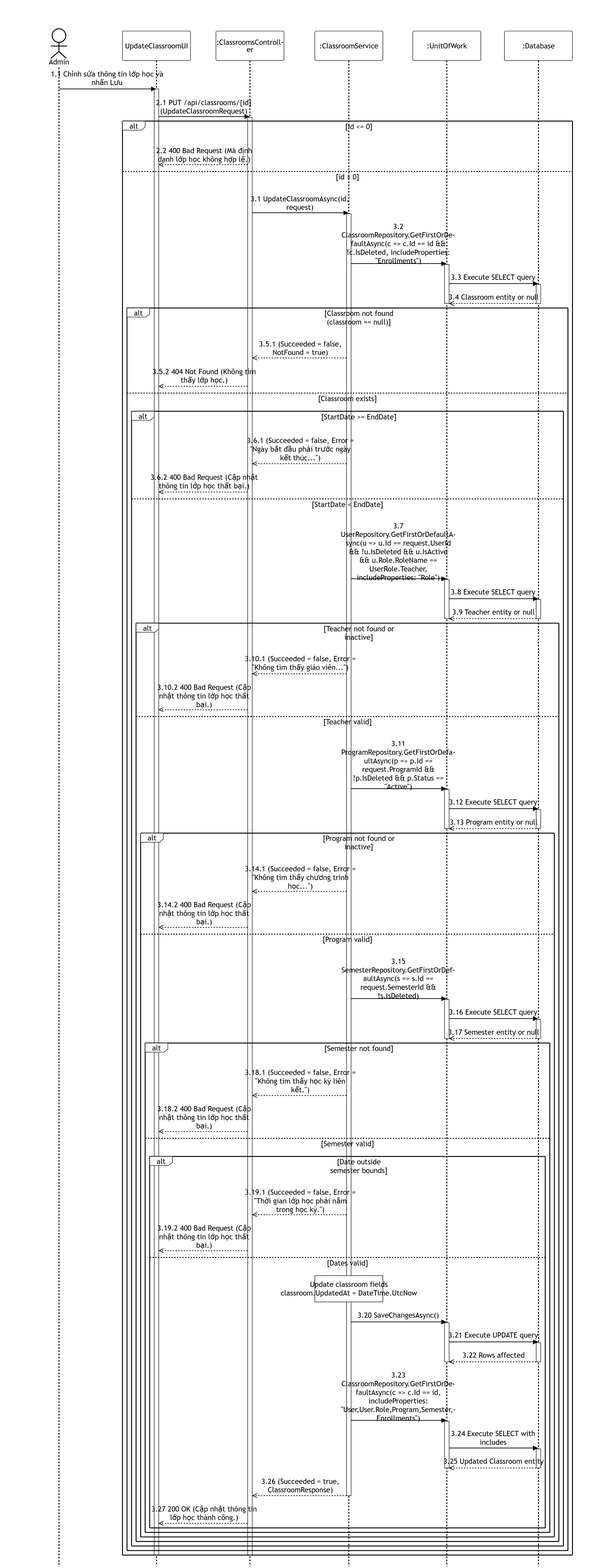
PhucAnDev/docx-diagram keeps this Mermaid diagram as 03-classroom-management/images/apis/update-classroom.png. Above is the earlier version. Its source is kept beside it as 03-classroom-management/sequence-diagram/apis/update-classroom.mmd.
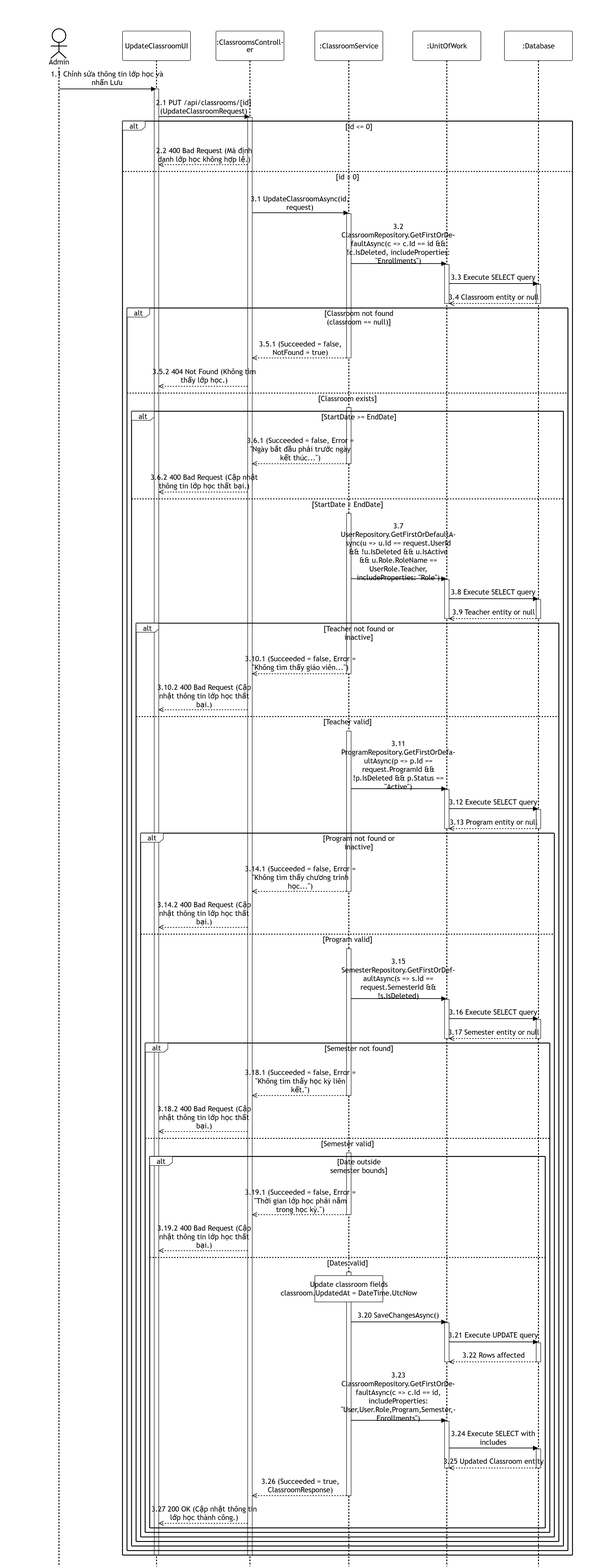
Above is the later version.

What changed in the source:
```diff
@@ -32,11 +32,13 @@
             deactivate Service
             Endpoint-->>UI: 3.5.2 404 Not Found (Không tìm thấy lớp học.)
         else Classroom exists
+            activate Service
             alt StartDate >= EndDate
                 Service-->>Endpoint: 3.6.1 (Succeeded = false, Error = "Ngày bắt đầu phải trước ngày kết thúc...")
                 deactivate Service
                 Endpoint-->>UI: 3.6.2 400 Bad Request (Cập nhật thông tin lớp học thất bại.)
             else StartDate < EndDate
+                activate Service
                 Service->>DB: 3.7 UserRepository.GetFirstOrDefaultAsync(u => u.Id == request.UserId && !u.IsDeleted && u.IsActive && u.Role.RoleName == UserRole.Teacher, includeProperties: "Role")
                 activate DB
                 DB->>Database: 3.8 Execute SELECT query
@@ -50,6 +52,7 @@
                     deactivate Service
                     Endpoint-->>UI: 3.10.2 400 Bad Request (Cập nhật thông tin lớp học thất bại.)
                 else Teacher valid
+                    activate Service
                     Service->>DB: 3.11 ProgramRepository.GetFirstOrDefaultAsync(p => p.Id == request.ProgramId && !p.IsDeleted && p.Status == "Active")
                     activate DB
                     DB->>Database: 3.12 Execute SELECT query
@@ -63,6 +66,7 @@
                         deactivate Service
                         Endpoint-->>UI: 3.14.2 400 Bad Request (Cập nhật thông tin lớp học thất bại.)
                     else Program valid
+                        activate Service
                         Service->>DB: 3.15 SemesterRepository.GetFirstOrDefaultAsync(s => s.Id == request.SemesterId && !s.IsDeleted)
                         activate DB
                         DB->>Database: 3.16 Execute SELECT query
@@ -76,11 +80,13 @@
                             deactivate Service
                             Endpoint-->>UI: 3.18.2 400 Bad Request (Cập nhật thông tin lớp học thất bại.)
                         else Semester valid
+                            activate Service
                             alt Date outside semester bounds
                                 Service-->>Endpoint: 3.19.1 (Succeeded = false, Error = "Thời gian lớp học phải nằm trong học kỳ.")
                                 deactivate Service
                                 Endpoint-->>UI: 3.19.2 400 Bad Request (Cập nhật thông tin lớp học thất bại.)
                             else Dates valid
+                                activate Service
                                 note over Service: Update classroom fields<br/>classroom.UpdatedAt = DateTime.UtcNow
 
                                 Service->>DB: 3.20 SaveChangesAsync()
```
